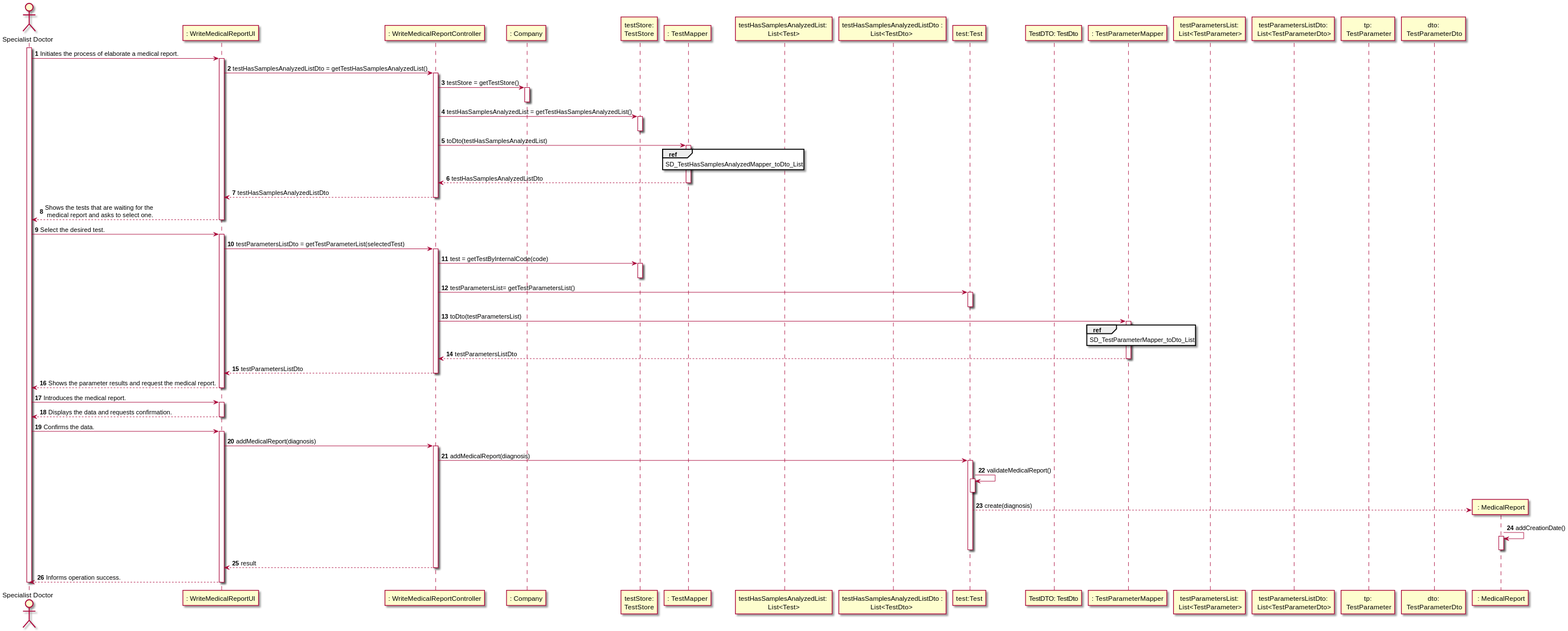
Above: docs/SprintC/US14/US14_SD.svg in manu-07-ela/LAPR2_ISEP (PlantUML), before the change.
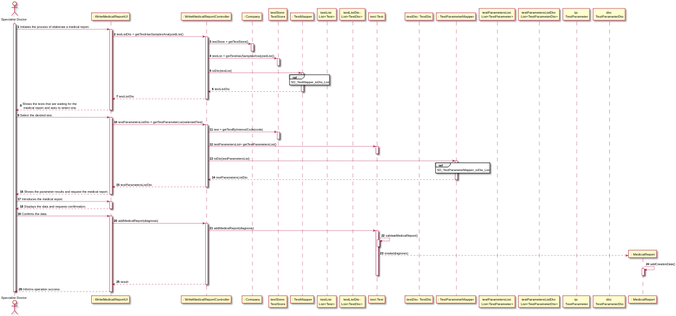
After the commit.

The edit, as a diff of the source:
```diff
@@ -7,10 +7,10 @@
 participant ": Company" as Comp
 participant "testStore:\nTestStore" as TS
 participant ": TestMapper" as tMAPPER
-participant "testHasSamplesAnalyzedList: \nList<Test>" as List
-participant "testHasSamplesAnalyzedListDto :\nList<TestDto> " as TDto
+participant "testList: \nList<Test>" as List
+participant "testListDto :\nList<TestDto> " as TDto
 participant "test:Test" as TEST
-participant "TestDTO: TestDto" as TestDtoc
+participant "testDto: TestDto" as TestDtoc
 participant ": TestParameterMapper" as tpMAPPER
 participant "testParametersList:\n List<TestParameter>" as lTP
 participant "testParametersListDto:\n List<TestParameterDto>" as lTPDto
@@ -21,22 +21,22 @@
 activate Doctor
 Doctor -> UI : Initiates the process of elaborate a medical report.
 activate UI
-UI -> CTRL : testHasSamplesAnalyzedListDto = getTestHasSamplesAnalyzedList()
+UI -> CTRL : testListDto = getTestHasSamplesAnalyzedList()
 activate CTRL
 CTRL -> Comp : testStore = getTestStore()
 activate Comp
 deactivate Comp
-CTRL -> TS : testHasSamplesAnalyzedList = getTestHasSamplesAnalyzedList()
+CTRL -> TS : testList = getTestHasSamplesAnalyzedList()
 activate TS
 deactivate TS
-CTRL -> tMAPPER : toDto(testHasSamplesAnalyzedList)
+CTRL -> tMAPPER : toDto(testList)
 activate tMAPPER
 ref over tMAPPER
-SD_TestHasSamplesAnalyzedMapper_toDto_List
+SD_TestMapper_toDto_List
 end ref
-tMAPPER --> CTRL : testHasSamplesAnalyzedListDto
+tMAPPER --> CTRL : testListDto
 deactivate tMAPPER
-CTRL --> UI : testHasSamplesAnalyzedListDto
+CTRL --> UI : testListDto
 deactivate CTRL
 UI --> Doctor : Shows the tests that are waiting for the \n medical report and asks to select one.
 deactivate UI
```
